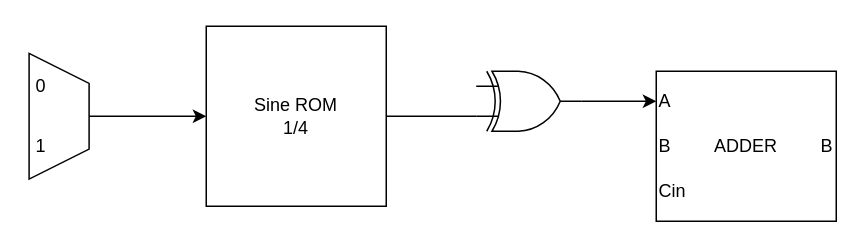
Above: page "Page-1" (1 of 2) of waveform_generate/99_doc/waveform_gen.drawio in thanhtunglk1/DSP_on_FPGA (draw.io), before the change. Source tidied: cells renumbered, new cells numbered last; positions are measured from the earlier drawing's top-left corner, leaving out a move shared by most shapes. Both pictures are drawn from the tidied source at 150%, with x=0, y=0 at pixel (-4, 26).
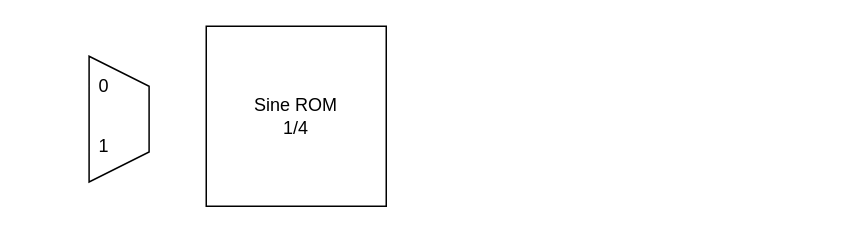
After the change.

Change to the diagram source:
```diff
@@
 <mxGraphModel>
   <root>
     <mxCell id="0" />
     <mxCell id="1" parent="0" />
     <mxCell id="2" value="Sine ROM&lt;br&gt;1/4" style="rounded=0;whiteSpace=wrap;html=1;" parent="1" vertex="1">
       <mxGeometry x="140" width="120" height="120" as="geometry" />
     </mxCell>
     <mxCell id="3" style="shape=trapezoid;perimeter=trapezoidPerimeter;whiteSpace=wrap;html=1;fixedSize=1;strokeColor=default;align=center;verticalAlign=middle;fontFamily=Helvetica;fontSize=12;fontColor=default;fillColor=default;rotation=90;" parent="1" vertex="1">
-      <mxGeometry y="40" width="83.8" height="40" as="geometry" />
+      <mxGeometry x="40" y="41.9" width="83.8" height="40" as="geometry" />
     </mxCell>
     <mxCell id="4" value="0" style="text;html=1;align=center;verticalAlign=middle;whiteSpace=wrap;rounded=0;fontFamily=Helvetica;fontSize=12;fontColor=default;" parent="1" vertex="1">
-      <mxGeometry x="20" y="20" width="20" height="40" as="geometry" />
+      <mxGeometry x="61.9" y="20" width="20" height="40" as="geometry" />
     </mxCell>
     <mxCell id="5" value="1" style="text;html=1;align=center;verticalAlign=middle;whiteSpace=wrap;rounded=0;fontFamily=Helvetica;fontSize=12;fontColor=default;" parent="1" vertex="1">
-      <mxGeometry x="20" y="60" width="20" height="40" as="geometry" />
+      <mxGeometry x="61.9" y="60" width="20" height="40" as="geometry" />
     </mxCell>
-    <mxCell id="6" style="verticalLabelPosition=bottom;shadow=0;dashed=0;align=center;html=1;verticalAlign=top;shape=mxgraph.electrical.logic_gates.logic_gate;operation=xor;" parent="1" vertex="1">
-      <mxGeometry x="320" y="30" width="70" height="40" as="geometry" />
-    </mxCell>
-    <mxCell id="7" value="ADDER" style="rounded=0;whiteSpace=wrap;html=1;" parent="1" vertex="1">
-      <mxGeometry x="440" y="30" width="120" height="100" as="geometry" />
-    </mxCell>
-    <mxCell id="8" style="endArrow=none;html=1;exitX=1;exitY=0.5;exitDx=0;exitDy=0;entryX=0;entryY=0.75;entryDx=0;entryDy=0;entryPerimeter=0;" parent="1" edge="1" source="2" target="6">
-      <mxGeometry relative="1" as="geometry" />
-    </mxCell>
-    <mxCell id="9" style="endArrow=classic;html=1;exitX=1;exitY=0.5;exitDx=0;exitDy=0;exitPerimeter=0;" parent="1" edge="1" source="6">
-      <mxGeometry relative="1" as="geometry">
-        <mxPoint x="440" y="50" as="targetPoint" />
-      </mxGeometry>
-    </mxCell>
-    <mxCell id="10" value="A" style="text;html=1;align=left;verticalAlign=middle;whiteSpace=wrap;rounded=0;" parent="1" vertex="1">
-      <mxGeometry x="440" y="40" width="20" height="20" as="geometry" />
-    </mxCell>
-    <mxCell id="11" value="B" style="text;html=1;align=left;verticalAlign=middle;whiteSpace=wrap;rounded=0;" parent="1" vertex="1">
-      <mxGeometry x="440" y="70" width="20" height="20" as="geometry" />
-    </mxCell>
-    <mxCell id="12" value="Cin" style="text;html=1;align=left;verticalAlign=middle;whiteSpace=wrap;rounded=0;" parent="1" vertex="1">
-      <mxGeometry x="440" y="100" width="20" height="20" as="geometry" />
-    </mxCell>
-    <mxCell id="13" style="endArrow=classic;html=1;exitX=0.5;exitY=0;exitDx=0;exitDy=0;entryX=0;entryY=0.5;entryDx=0;entryDy=0;" parent="1" edge="1" source="3" target="2">
-      <mxGeometry relative="1" as="geometry" />
-    </mxCell>
-    <mxCell id="14" value="B" style="text;html=1;align=right;verticalAlign=middle;whiteSpace=wrap;rounded=0;" parent="1" vertex="1">
-      <mxGeometry x="540" y="70" width="20" height="20" as="geometry" />
-    </mxCell>
   </root>
 </mxGraphModel>
```
